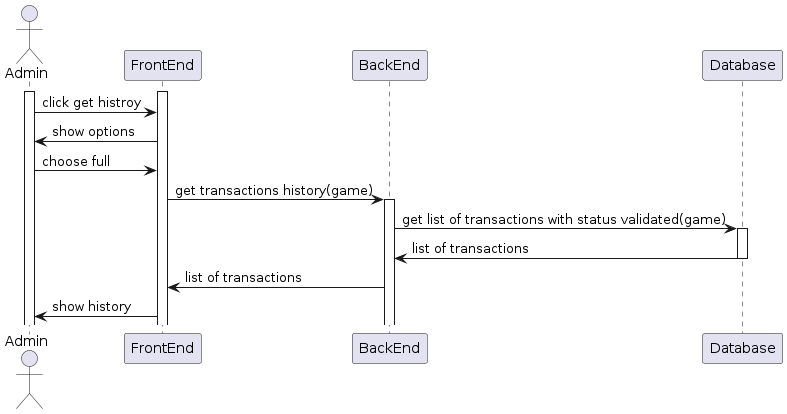
Earlier version of the PlantUML export thesis_tex/assets/diagrams/see_transactions_full_history_detailedSD.png (monoploy-game/thesis).
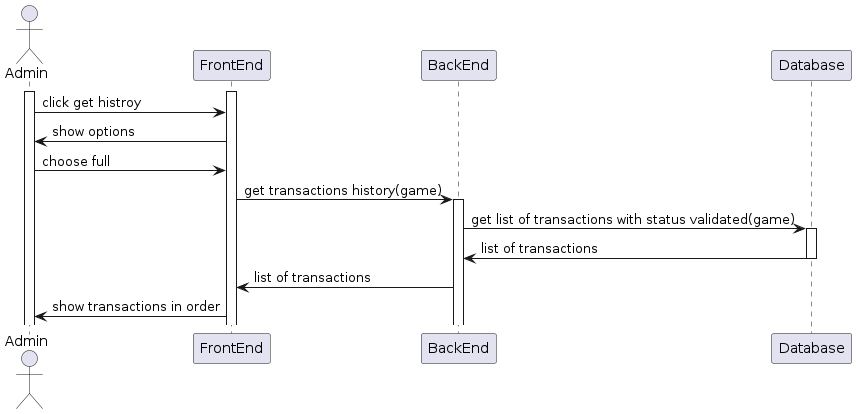
After the change.

Change to the diagram source:
```diff
@@ -1,4 +1,4 @@
-@startuml "see transaction full history"
+@startuml
 
 actor Admin
 
@@ -20,6 +20,6 @@
 BackEnd -> FrontEnd : list of transactions
 
 
-FrontEnd -> Admin : show history
+FrontEnd -> Admin : show transactions in order
 
 @enduml
```
